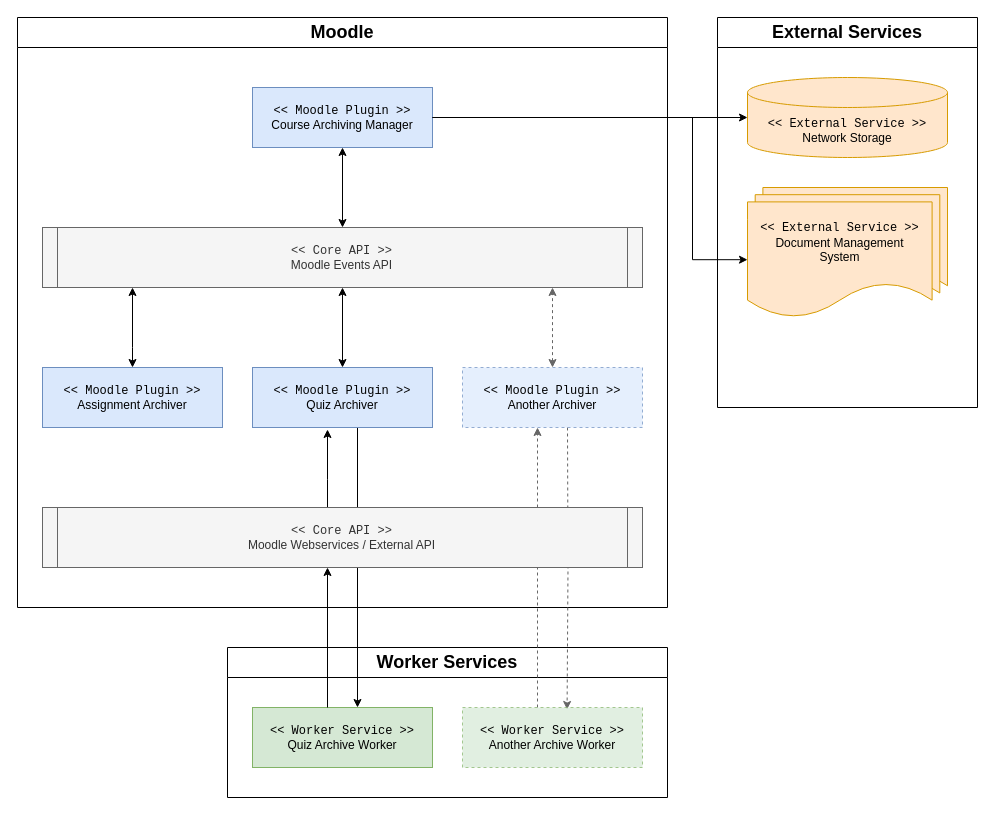
This is docs/architecture/architecture-overview.drawio from ngandrass/moodle-data-archiving-concept, a draw.io file, before an edit. Source tidied: cells renumbered, new cells numbered last; positions are measured from the earlier drawing's top-left corner, leaving out a move shared by most shapes. Both pictures are drawn from the tidied source at 100%, with x=0, y=0 at pixel (17, 17).
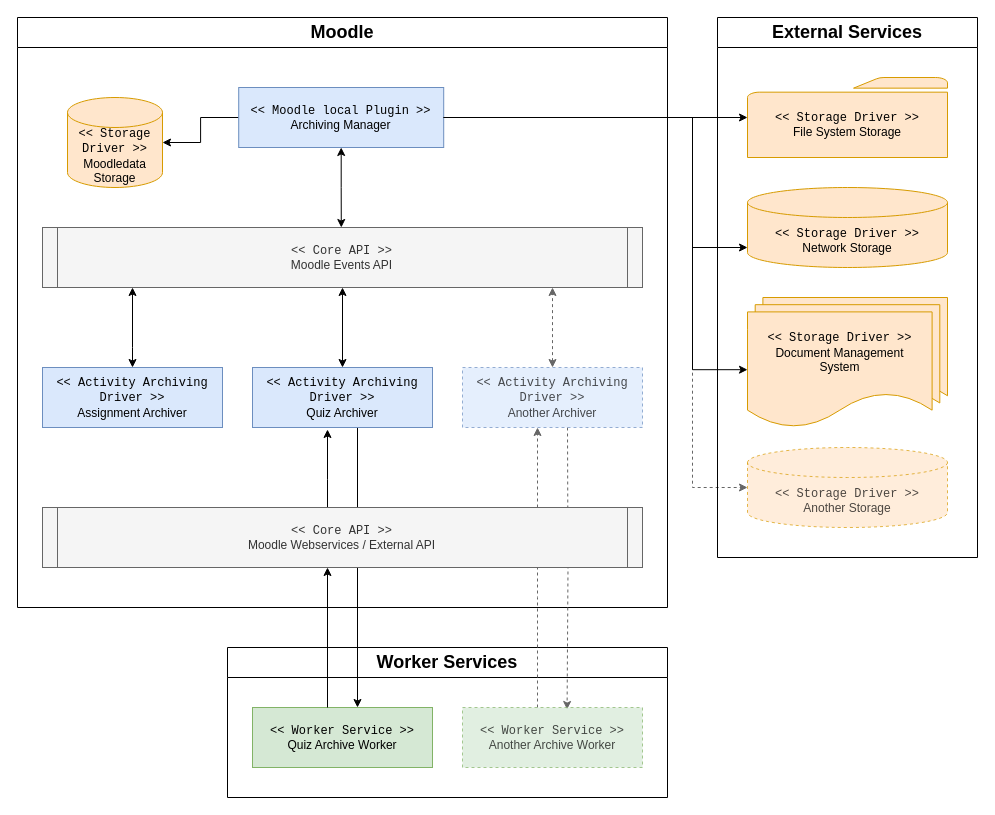
The same page after the edit.

Commit message (it also covers changes not shown here):
Update component overview diagram and clean up architecture page

The change refers to these unchanged cells:
```xml
<mxCell id="5" value="&lt;font style=&quot;font-size: 18px;&quot;&gt;Moodle&lt;/font&gt;" style="swimlane;whiteSpace=wrap;html=1;startSize=30;swimlaneLine=1;" parent="1" vertex="1">
  <mxGeometry width="650" height="590" as="geometry" />
</mxCell>
<mxCell id="6" value="&lt;font face=&quot;Courier New&quot;&gt;&amp;lt;&amp;lt; Core API &amp;gt;&amp;gt;&lt;/font&gt;&lt;br&gt;&lt;div&gt;Moodle Events API&lt;/div&gt;" style="shape=process;whiteSpace=wrap;html=1;backgroundOutline=1;size=0.02564102564102564;fillColor=#f5f5f5;fontColor=#333333;strokeColor=#666666;" parent="5" vertex="1">
  <mxGeometry x="25" y="210" width="600" height="60" as="geometry" />
</mxCell>
```

Change to the diagram source:
```diff
@@
+    <mxCell id="30" style="edgeStyle=orthogonalEdgeStyle;rounded=0;jettySize=auto;html=1;entryX=0;entryY=0.5;entryDx=0;entryDy=0;entryPerimeter=0;dashed=1;fillColor=#f5f5f5;strokeColor=#666666;" parent="1" edge="1" source="8" target="34">
+      <mxGeometry relative="1" as="geometry">
+        <Array as="points">
+          <mxPoint x="675" y="100" />
+          <mxPoint x="675" y="470" />
+        </Array>
+      </mxGeometry>
+    </mxCell>
@@
-    <mxCell id="7" style="edgeStyle=orthogonalEdgeStyle;rounded=0;jettySize=auto;html=1;startArrow=classic;startFill=1;" parent="5" edge="1" source="8" target="6">
-      <mxGeometry relative="1" as="geometry" />
+    <mxCell id="7" style="edgeStyle=orthogonalEdgeStyle;rounded=0;jettySize=auto;html=1;startArrow=classic;startFill=1;" parent="5" edge="1" source="8">
+      <mxGeometry relative="1" as="geometry">
+        <mxPoint x="323.8" y="210" as="targetPoint" />
+      </mxGeometry>
     </mxCell>
+    <mxCell id="31" style="edgeStyle=orthogonalEdgeStyle;rounded=0;jettySize=auto;html=1;" parent="5" edge="1" source="8" target="32">
+      <mxGeometry relative="1" as="geometry" />
+    </mxCell>
-    <mxCell id="8" value="&lt;font face=&quot;Courier New&quot; style=&quot;font-size: 12px;&quot;&gt;&amp;lt;&amp;lt; Moodle Plugin &amp;gt;&amp;gt;&lt;/font&gt;&lt;div style=&quot;&quot;&gt;&lt;span style=&quot;background-color: initial;&quot;&gt;Course Archiving Manager&lt;/span&gt;&lt;br&gt;&lt;/div&gt;" style="rounded=0;whiteSpace=wrap;html=1;fillColor=#dae8fc;strokeColor=#6c8ebf;spacing=2;" parent="5" vertex="1">
-      <mxGeometry x="235" y="70" width="180" height="60" as="geometry" />
+    <mxCell id="8" value="&lt;font face=&quot;Courier New&quot; style=&quot;font-size: 12px;&quot;&gt;&amp;lt;&amp;lt; Moodle local Plugin &amp;gt;&amp;gt;&lt;/font&gt;&lt;div style=&quot;&quot;&gt;&lt;span style=&quot;background-color: initial;&quot;&gt;Archiving Manager&lt;/span&gt;&lt;br&gt;&lt;/div&gt;" style="rounded=0;whiteSpace=wrap;html=1;fillColor=#dae8fc;strokeColor=#6c8ebf;spacing=2;" parent="5" vertex="1">
+      <mxGeometry x="221.2" y="70" width="205" height="60" as="geometry" />
     </mxCell>
@@
-    <mxCell id="10" value="&lt;font face=&quot;Courier New&quot; style=&quot;font-size: 12px;&quot;&gt;&amp;lt;&amp;lt; Moodle Plugin &amp;gt;&amp;gt;&lt;/font&gt;&lt;div style=&quot;&quot;&gt;Assignment Archiver&lt;/div&gt;" style="rounded=0;whiteSpace=wrap;html=1;fillColor=#dae8fc;strokeColor=#6c8ebf;spacing=2;" parent="5" vertex="1">
+    <mxCell id="10" value="&lt;font face=&quot;Courier New&quot; style=&quot;font-size: 12px;&quot;&gt;&amp;lt;&amp;lt; Activity Archiving Driver &amp;gt;&amp;gt;&lt;/font&gt;&lt;div style=&quot;&quot;&gt;Assignment Archiver&lt;/div&gt;" style="rounded=0;whiteSpace=wrap;html=1;fillColor=#dae8fc;strokeColor=#6c8ebf;spacing=2;" parent="5" vertex="1">
       <mxGeometry x="25" y="350" width="180" height="60" as="geometry" />
     </mxCell>
@@
-    <mxCell id="12" value="&lt;font face=&quot;Courier New&quot; style=&quot;font-size: 12px;&quot;&gt;&amp;lt;&amp;lt; Moodle Plugin &amp;gt;&amp;gt;&lt;/font&gt;&lt;div style=&quot;&quot;&gt;Quiz Archiver&lt;/div&gt;" style="rounded=0;whiteSpace=wrap;html=1;fillColor=#dae8fc;strokeColor=#6c8ebf;spacing=2;" parent="5" vertex="1">
+    <mxCell id="12" value="&lt;font face=&quot;Courier New&quot; style=&quot;font-size: 12px;&quot;&gt;&amp;lt;&amp;lt;&amp;nbsp;&lt;/font&gt;&lt;span style=&quot;font-family: &amp;quot;Courier New&amp;quot;;&quot;&gt;Activity Archiving Driver&lt;/span&gt;&lt;font face=&quot;Courier New&quot; style=&quot;font-size: 12px;&quot;&gt;&amp;nbsp;&amp;gt;&amp;gt;&lt;/font&gt;&lt;div style=&quot;&quot;&gt;Quiz Archiver&lt;/div&gt;" style="rounded=0;whiteSpace=wrap;html=1;fillColor=#dae8fc;strokeColor=#6c8ebf;spacing=2;" parent="5" vertex="1">
       <mxGeometry x="235" y="350" width="180" height="60" as="geometry" />
     </mxCell>
@@
-    <mxCell id="15" value="&lt;font face=&quot;Courier New&quot; style=&quot;font-size: 12px;&quot;&gt;&amp;lt;&amp;lt; Moodle Plugin &amp;gt;&amp;gt;&lt;/font&gt;&lt;div style=&quot;&quot;&gt;Another Archiver&lt;/div&gt;" style="rounded=0;whiteSpace=wrap;html=1;fillColor=#dae8fc;strokeColor=#6c8ebf;spacing=2;dashed=1;opacity=70;" parent="5" vertex="1">
+    <mxCell id="15" value="&lt;font face=&quot;Courier New&quot; style=&quot;font-size: 12px;&quot;&gt;&amp;lt;&amp;lt;&amp;nbsp;&lt;/font&gt;&lt;span style=&quot;font-family: &amp;quot;Courier New&amp;quot;;&quot;&gt;Activity Archiving Driver&lt;/span&gt;&lt;font face=&quot;Courier New&quot; style=&quot;font-size: 12px;&quot;&gt;&amp;nbsp;&amp;gt;&amp;gt;&lt;/font&gt;&lt;div style=&quot;&quot;&gt;Another Archiver&lt;/div&gt;" style="rounded=0;whiteSpace=wrap;html=1;fillColor=#dae8fc;strokeColor=#6c8ebf;spacing=2;dashed=1;opacity=70;textOpacity=70;" parent="5" vertex="1">
       <mxGeometry x="445" y="350" width="180" height="60" as="geometry" />
     </mxCell>
@@
-    <mxCell id="18" value="&lt;font face=&quot;Courier New&quot; style=&quot;font-size: 12px;&quot;&gt;&amp;lt;&amp;lt; Worker Service &amp;gt;&amp;gt;&lt;/font&gt;&lt;div style=&quot;&quot;&gt;Another Archive Worker&lt;/div&gt;" style="rounded=0;whiteSpace=wrap;html=1;fillColor=#d5e8d4;strokeColor=#82b366;spacing=2;opacity=70;dashed=1;" parent="5" vertex="1">
+    <mxCell id="18" value="&lt;font face=&quot;Courier New&quot; style=&quot;font-size: 12px;&quot;&gt;&amp;lt;&amp;lt; Worker Service &amp;gt;&amp;gt;&lt;/font&gt;&lt;div style=&quot;&quot;&gt;Another Archive Worker&lt;/div&gt;" style="rounded=0;whiteSpace=wrap;html=1;fillColor=#d5e8d4;strokeColor=#82b366;spacing=2;opacity=70;dashed=1;textOpacity=70;" parent="5" vertex="1">
       <mxGeometry x="445" y="690" width="180" height="60" as="geometry" />
     </mxCell>
@@
+    <mxCell id="32" value="&lt;font face=&quot;Courier New&quot;&gt;&amp;lt;&amp;lt; Storage Driver &amp;gt;&amp;gt;&lt;/font&gt;&lt;div&gt;Moodledata Storage&lt;/div&gt;" style="shape=cylinder3;whiteSpace=wrap;html=1;boundedLbl=1;backgroundOutline=1;size=15;fillColor=#ffe6cc;strokeColor=#d79b00;" parent="5" vertex="1">
+      <mxGeometry x="50" y="80" width="95" height="90" as="geometry" />
+    </mxCell>
     <mxCell id="21" value="&lt;font style=&quot;font-size: 18px;&quot;&gt;External Services&lt;/font&gt;" style="swimlane;whiteSpace=wrap;html=1;startSize=30;" parent="1" vertex="1">
-      <mxGeometry x="700" width="260" height="390" as="geometry" />
+      <mxGeometry x="700" width="260" height="540" as="geometry" />
     </mxCell>
-    <mxCell id="22" value="&lt;font face=&quot;Courier New&quot;&gt;&amp;lt;&amp;lt; External Service &amp;gt;&amp;gt;&lt;/font&gt;&lt;div&gt;Network Storage&lt;/div&gt;" style="shape=cylinder3;whiteSpace=wrap;html=1;boundedLbl=1;backgroundOutline=1;size=15;fillColor=#ffe6cc;strokeColor=#d79b00;" parent="21" vertex="1">
-      <mxGeometry x="30" y="60" width="200" height="80" as="geometry" />
+    <mxCell id="22" value="&lt;font face=&quot;Courier New&quot;&gt;&amp;lt;&amp;lt; Storage Driver &amp;gt;&amp;gt;&lt;/font&gt;&lt;div&gt;Network Storage&lt;/div&gt;" style="shape=cylinder3;whiteSpace=wrap;html=1;boundedLbl=1;backgroundOutline=1;size=15;fillColor=#ffe6cc;strokeColor=#d79b00;" parent="21" vertex="1">
+      <mxGeometry x="30" y="170" width="200" height="80" as="geometry" />
     </mxCell>
     <mxCell id="23" style="group;" parent="21" vertex="1">
-      <mxGeometry x="30" y="170" width="200" height="130" as="geometry" />
+      <mxGeometry x="30" y="280" width="200" height="130" as="geometry" />
     </mxCell>
@@
-    <mxCell id="26" value="&lt;font face=&quot;Courier New&quot;&gt;&amp;lt;&amp;lt; External Service &amp;gt;&amp;gt;&lt;/font&gt;&lt;div&gt;Document Management&lt;br&gt;System&lt;/div&gt;" style="shape=document;whiteSpace=wrap;html=1;boundedLbl=1;fillColor=#ffe6cc;strokeColor=#d79b00;" parent="23" vertex="1">
+    <mxCell id="26" value="&lt;font face=&quot;Courier New&quot;&gt;&amp;lt;&amp;lt; Storage Driver &amp;gt;&amp;gt;&lt;/font&gt;&lt;div&gt;Document Management&lt;br&gt;System&lt;/div&gt;" style="shape=document;whiteSpace=wrap;html=1;boundedLbl=1;fillColor=#ffe6cc;strokeColor=#d79b00;" parent="23" vertex="1">
       <mxGeometry y="14.4" width="184.6" height="115.6" as="geometry" />
     </mxCell>
+    <mxCell id="33" value="&lt;font style=&quot;text-wrap: wrap;&quot; face=&quot;Courier New&quot;&gt;&amp;lt;&amp;lt; Storage Driver &amp;gt;&amp;gt;&lt;/font&gt;&lt;div style=&quot;text-wrap: wrap;&quot;&gt;File System Storage&lt;/div&gt;" style="sketch=0;shadow=0;dashed=0;html=1;strokeColor=#d79b00;fillColor=#ffe6cc;labelPosition=center;verticalLabelPosition=bottom;verticalAlign=top;outlineConnect=0;align=center;shape=mxgraph.office.concepts.folder;spacingTop=-54;spacingLeft=0;whiteSpace=wrap;" parent="21" vertex="1">
+      <mxGeometry x="30" y="60" width="200" height="80" as="geometry" />
+    </mxCell>
+    <mxCell id="34" value="&lt;font face=&quot;Courier New&quot;&gt;&amp;lt;&amp;lt; Storage Driver &amp;gt;&amp;gt;&lt;/font&gt;&lt;div&gt;Another Storage&lt;/div&gt;" style="shape=cylinder3;whiteSpace=wrap;html=1;boundedLbl=1;backgroundOutline=1;size=15;fillColor=#ffe6cc;strokeColor=#d79b00;dashed=1;opacity=70;textOpacity=70;" parent="21" vertex="1">
+      <mxGeometry x="30" y="430" width="200" height="80" as="geometry" />
+    </mxCell>
     <mxCell id="27" style="edgeStyle=orthogonalEdgeStyle;rounded=0;jettySize=auto;html=1;" parent="1" edge="1" source="8" target="22">
       <mxGeometry relative="1" as="geometry">
         <Array as="points">
-          <mxPoint x="700" y="100" />
-          <mxPoint x="700" y="100" />
+          <mxPoint x="675" y="100" />
+          <mxPoint x="675" y="230" />
         </Array>
       </mxGeometry>
     </mxCell>
     <mxCell id="28" style="edgeStyle=orthogonalEdgeStyle;rounded=0;jettySize=auto;html=1;entryX=0;entryY=0.5;entryDx=0;entryDy=0;" parent="1" edge="1" source="8" target="26">
       <mxGeometry relative="1" as="geometry">
         <Array as="points">
           <mxPoint x="675" y="100" />
-          <mxPoint x="675" y="242" />
+          <mxPoint x="675" y="352" />
         </Array>
       </mxGeometry>
     </mxCell>
@@
+    <mxCell id="35" style="edgeStyle=orthogonalEdgeStyle;rounded=0;jettySize=auto;html=1;" parent="1" edge="1" source="8" target="33">
+      <mxGeometry relative="1" as="geometry" />
+    </mxCell>
```
